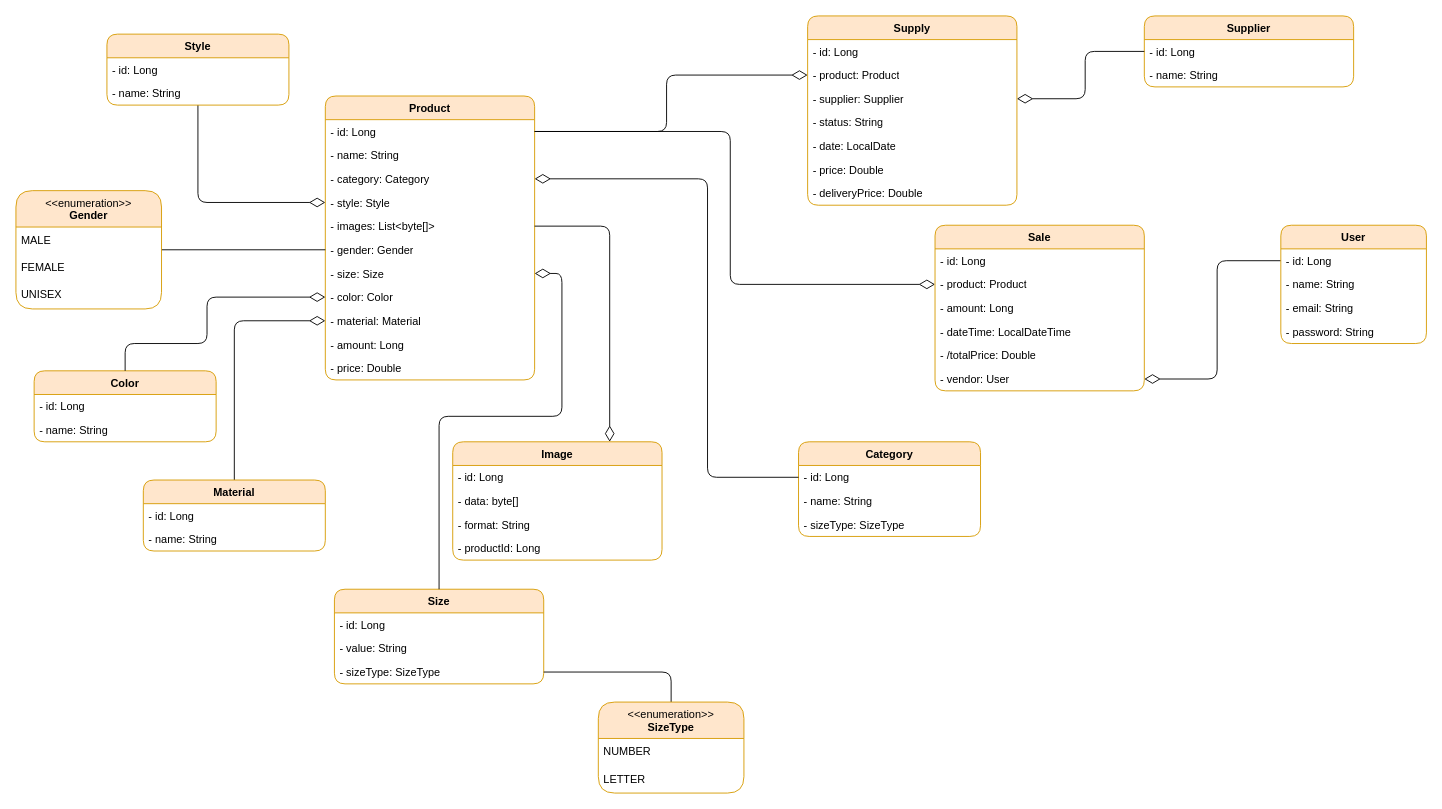
The draw.io diagram page "Diagrama de Classes" (1 of 2) of docs/UML - Clothing Store.drawio in VitorPaulinoG/ClothingStore, before the edit. Source tidied: cells renumbered, new cells numbered last; positions are measured from the earlier drawing's top-left corner, leaving out a move shared by most shapes. Both pictures are drawn from the tidied source at 91%, with x=0, y=0 at pixel (15, 15).
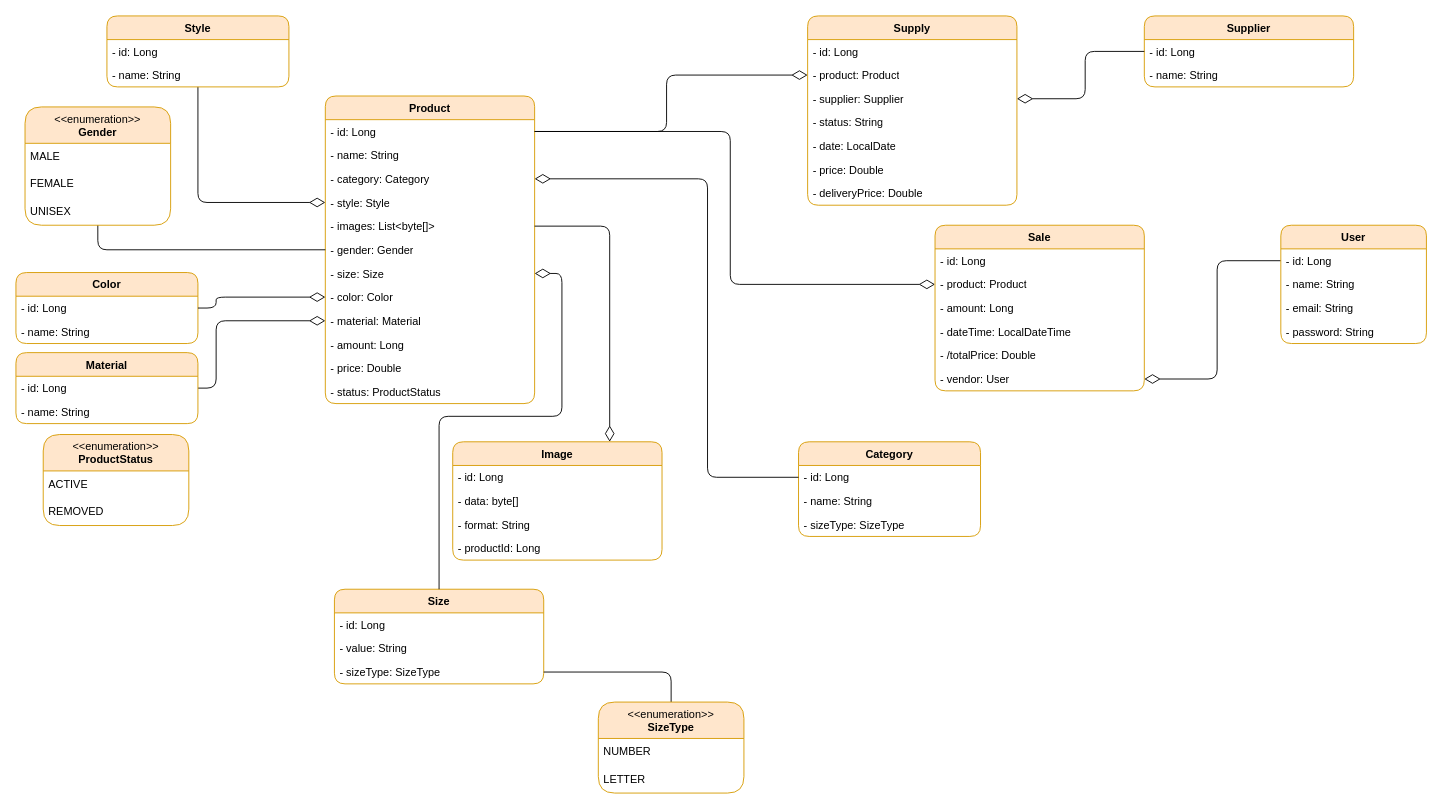
After the change.

Unchanged cells that the change refers to:
```xml
<mxCell id="16" value="- color: Color" style="text;strokeColor=none;fillColor=none;align=left;verticalAlign=top;spacingLeft=4;spacingRight=4;overflow=hidden;points=[[0,0.5],[1,0.5]];portConstraint=eastwest;whiteSpace=wrap;html=1;fontFamily=Cascadia Code;" parent="8" vertex="1">
  <mxGeometry y="208" width="230" height="26" as="geometry" />
</mxCell>
<mxCell id="17" value="- material: Material" style="text;strokeColor=none;fillColor=none;align=left;verticalAlign=top;spacingLeft=4;spacingRight=4;overflow=hidden;points=[[0,0.5],[1,0.5]];portConstraint=eastwest;whiteSpace=wrap;html=1;fontFamily=Cascadia Code;" parent="8" vertex="1">
  <mxGeometry y="234" width="230" height="26" as="geometry" />
</mxCell>
<mxCell id="42" value="- id: Long" style="text;strokeColor=none;fillColor=none;align=left;verticalAlign=top;spacingLeft=4;spacingRight=4;overflow=hidden;points=[[0,0.5],[1,0.5]];portConstraint=eastwest;whiteSpace=wrap;html=1;fontFamily=Cascadia Code;" parent="41" vertex="1">
  <mxGeometry y="26" width="200" height="26" as="geometry" />
</mxCell>
<mxCell id="46" value="- id: Long" style="text;strokeColor=none;fillColor=none;align=left;verticalAlign=top;spacingLeft=4;spacingRight=4;overflow=hidden;points=[[0,0.5],[1,0.5]];portConstraint=eastwest;whiteSpace=wrap;html=1;fontFamily=Cascadia Code;" parent="45" vertex="1">
  <mxGeometry y="26" width="200" height="26" as="geometry" />
</mxCell>
```

The edit, as a diff of the source:
```diff
@@
     <mxCell id="8" value="Product" style="swimlane;fontStyle=1;align=center;verticalAlign=top;horizontal=1;startSize=26;whiteSpace=wrap;html=1;fillColor=#ffe6cc;strokeColor=#d79b00;rounded=1;fontFamily=Cascadia Code;" parent="1" vertex="1">
-      <mxGeometry x="340" y="88" width="230" height="312" as="geometry" />
+      <mxGeometry x="340" y="88" width="230" height="338" as="geometry" />
     </mxCell>
@@
+    <mxCell id="78" value="- status: ProductStatus" style="text;strokeColor=none;fillColor=none;align=left;verticalAlign=top;spacingLeft=4;spacingRight=4;overflow=hidden;whiteSpace=wrap;html=1;fontFamily=Cascadia Code;" parent="8" vertex="1">
+      <mxGeometry y="312" width="230" height="26" as="geometry" />
+    </mxCell>
@@
     <mxCell id="21" value="&lt;div&gt;&amp;lt;&amp;lt;enumeration&amp;gt;&amp;gt;&lt;/div&gt;&lt;div&gt;&lt;b&gt;Gender&lt;/b&gt;&lt;br&gt;&lt;/div&gt;" style="swimlane;fontStyle=0;align=center;verticalAlign=top;horizontal=1;startSize=40;html=1;whiteSpace=wrap;fillColor=#ffe6cc;strokeColor=#d79b00;rounded=1;fontFamily=Cascadia Code;" parent="1" vertex="1">
-      <mxGeometry y="192" width="160" height="130" as="geometry" />
+      <mxGeometry x="10" y="100" width="160" height="130" as="geometry" />
     </mxCell>
@@
     <mxCell id="38" value="Style" style="swimlane;fontStyle=1;align=center;verticalAlign=top;horizontal=1;startSize=26;whiteSpace=wrap;html=1;fillColor=#ffe6cc;strokeColor=#d79b00;rounded=1;fontFamily=Cascadia Code;" parent="1" vertex="1">
-      <mxGeometry x="100" y="20" width="200" height="78" as="geometry" />
+      <mxGeometry x="100" width="200" height="78" as="geometry" />
     </mxCell>
@@
     <mxCell id="41" value="Color" style="swimlane;fontStyle=1;align=center;verticalAlign=top;horizontal=1;startSize=26;whiteSpace=wrap;html=1;fillColor=#ffe6cc;strokeColor=#d79b00;rounded=1;fontFamily=Cascadia Code;" parent="1" vertex="1">
-      <mxGeometry x="20" y="390" width="200" height="78" as="geometry" />
+      <mxGeometry y="282" width="200" height="78" as="geometry" />
     </mxCell>
@@
-    <mxCell id="44" style="edgeStyle=orthogonalEdgeStyle;rounded=1;jettySize=auto;html=1;entryX=0;entryY=0.5;entryDx=0;entryDy=0;curved=0;endArrow=diamondThin;endFill=0;endSize=15;" parent="1" edge="1" source="45" target="17">
-      <mxGeometry relative="1" as="geometry" />
+    <mxCell id="44" style="edgeStyle=orthogonalEdgeStyle;rounded=1;jettySize=auto;html=1;entryX=0;entryY=0.5;entryDx=0;entryDy=0;curved=0;endArrow=diamondThin;endFill=0;endSize=15;exitX=1;exitY=0.5;exitDx=0;exitDy=0;" parent="1" edge="1" source="46" target="17">
+      <mxGeometry relative="1" as="geometry">
+        <Array as="points">
+          <mxPoint x="220" y="409" />
+          <mxPoint x="220" y="335" />
+        </Array>
+      </mxGeometry>
     </mxCell>
     <mxCell id="45" value="Material" style="swimlane;fontStyle=1;align=center;verticalAlign=top;horizontal=1;startSize=26;whiteSpace=wrap;html=1;fillColor=#ffe6cc;strokeColor=#d79b00;rounded=1;fontFamily=Cascadia Code;" parent="1" vertex="1">
-      <mxGeometry x="140" y="510" width="200" height="78" as="geometry" />
+      <mxGeometry y="370" width="200" height="78" as="geometry" />
     </mxCell>
@@
-    <mxCell id="69" style="edgeStyle=orthogonalEdgeStyle;rounded=1;jettySize=auto;html=1;entryX=0;entryY=0.5;entryDx=0;entryDy=0;curved=0;endArrow=diamondThin;endFill=0;endSize=15;exitX=0.5;exitY=0;exitDx=0;exitDy=0;" parent="1" edge="1" source="41" target="16">
+    <mxCell id="69" style="edgeStyle=orthogonalEdgeStyle;rounded=1;jettySize=auto;html=1;entryX=0;entryY=0.5;entryDx=0;entryDy=0;curved=0;endArrow=diamondThin;endFill=0;endSize=15;exitX=1;exitY=0.5;exitDx=0;exitDy=0;" parent="1" edge="1" source="42" target="16">
       <mxGeometry relative="1" as="geometry">
         <Array as="points">
-          <mxPoint x="120" y="360" />
-          <mxPoint x="210" y="360" />
-          <mxPoint x="210" y="309" />
+          <mxPoint x="220" y="321" />
+          <mxPoint x="220" y="309" />
         </Array>
       </mxGeometry>
     </mxCell>
@@
+    <mxCell id="79" value="&lt;div&gt;&amp;lt;&amp;lt;enumeration&amp;gt;&amp;gt;&lt;/div&gt;&lt;div&gt;&lt;b&gt;ProductStatus&lt;/b&gt;&lt;br&gt;&lt;/div&gt;" style="swimlane;fontStyle=0;align=center;verticalAlign=top;horizontal=1;startSize=40;html=1;whiteSpace=wrap;fillColor=#ffe6cc;strokeColor=#d79b00;rounded=1;fontFamily=Cascadia Code;" parent="1" vertex="1">
+      <mxGeometry x="30" y="460" width="160" height="100" as="geometry" />
+    </mxCell>
+    <mxCell id="80" value="&lt;font face=&quot;Cascadia Code&quot;&gt;ACTIVE&lt;/font&gt;" style="text;html=1;strokeColor=none;fillColor=none;align=left;verticalAlign=middle;spacingLeft=4;spacingRight=4;overflow=hidden;whiteSpace=wrap;fontFamily=Cascadia Code;" parent="79" vertex="1">
+      <mxGeometry y="40" width="160" height="30" as="geometry" />
+    </mxCell>
+    <mxCell id="81" value="REMOVED" style="text;html=1;strokeColor=none;fillColor=none;align=left;verticalAlign=middle;spacingLeft=4;spacingRight=4;overflow=hidden;whiteSpace=wrap;fontFamily=Cascadia Code;" parent="79" vertex="1">
+      <mxGeometry y="70" width="160" height="30" as="geometry" />
+    </mxCell>
```
